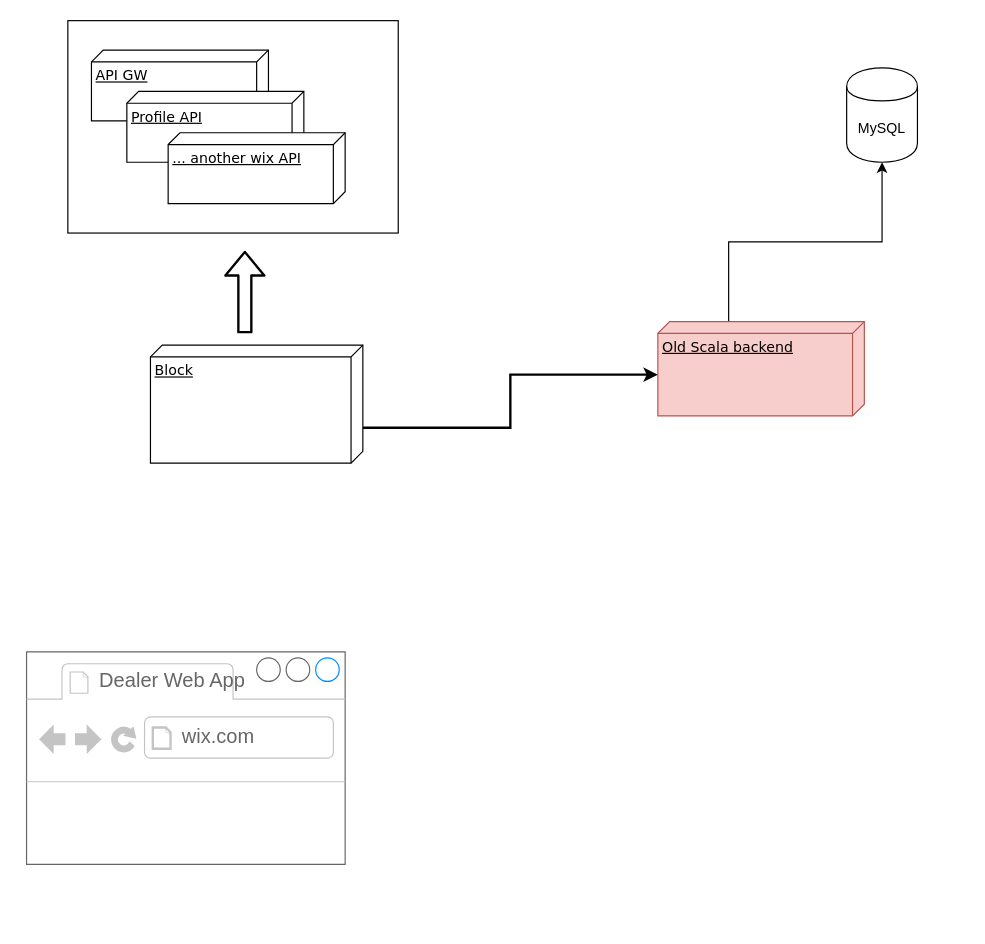
aristofun/__playgrnd keeps this draw.io diagram as page "Now" (1 of 2) of Untitled Diagram.drawio. Above is the earlier version. Source tidied: cells renumbered, new cells numbered last; positions are measured from the earlier drawing's top-left corner, leaving out a move shared by most shapes. Both pictures are drawn from the tidied source at 118%, with x=0, y=0 at pixel (26, 20).
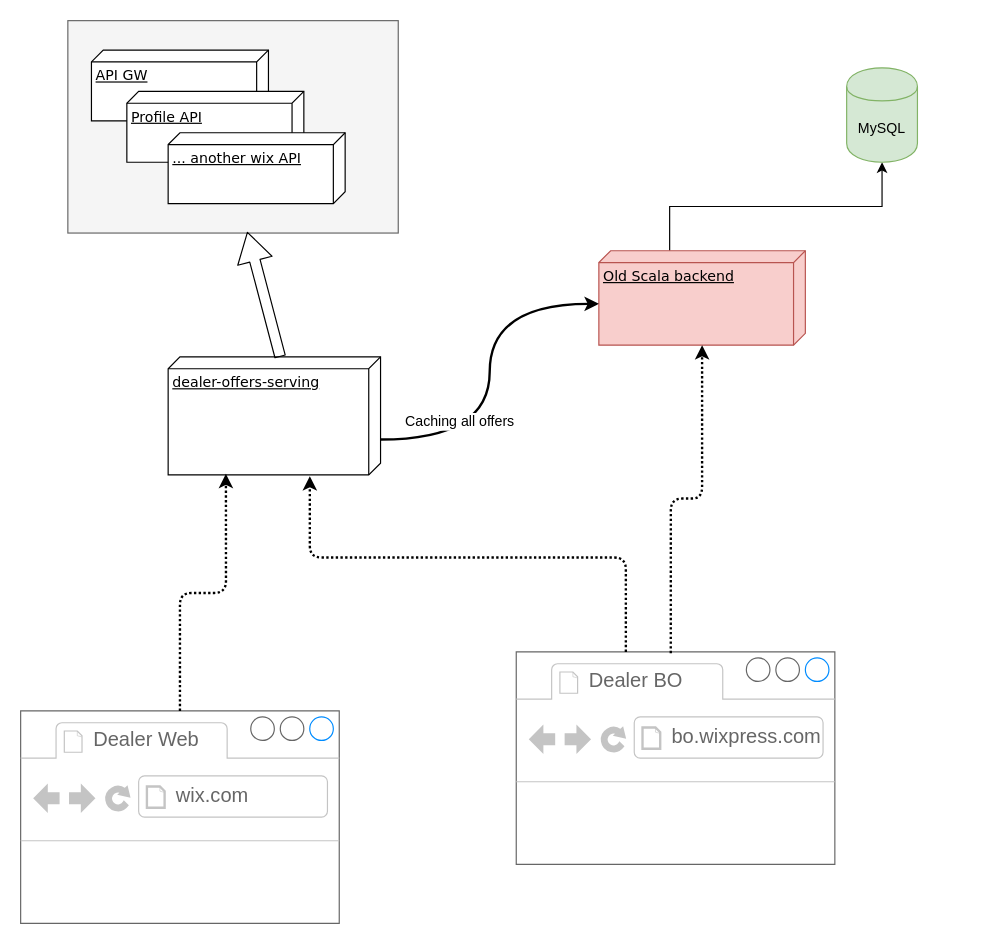
Above is the later version.

Change to the diagram source:
```diff
@@
-    <mxCell id="2" style="rounded=0;whiteSpace=wrap;html=1;" parent="1" vertex="1">
+    <mxCell id="2" style="rounded=0;whiteSpace=wrap;html=1;fillColor=#f5f5f5;strokeColor=#666666;fontColor=#333333;" parent="1" vertex="1">
       <mxGeometry x="35" width="280" height="180" as="geometry" />
     </mxCell>
@@
     <mxCell id="5" value="Old Scala backend" style="verticalAlign=top;align=left;spacingTop=8;spacingLeft=2;spacingRight=12;shape=cube;size=10;direction=south;fontStyle=4;html=1;rounded=0;shadow=0;comic=0;labelBackgroundColor=none;strokeWidth=1;fontFamily=Verdana;fontSize=12;fillColor=#f8cecc;strokeColor=#b85450;" parent="1" vertex="1">
-      <mxGeometry x="535" y="255" width="175" height="80" as="geometry" />
+      <mxGeometry x="485" y="195" width="175" height="80" as="geometry" />
     </mxCell>
-    <mxCell id="6" style="edgeStyle=orthogonalEdgeStyle;rounded=0;jettySize=auto;html=1;exitX=0;exitY=0;exitDx=70;exitDy=0;exitPerimeter=0;entryX=0;entryY=0;entryDx=45;entryDy=175;entryPerimeter=0;strokeWidth=2;" parent="1" edge="1" source="7" target="5">
+    <mxCell id="6" style="edgeStyle=orthogonalEdgeStyle;rounded=0;jettySize=auto;html=1;exitX=0;exitY=0;exitDx=70;exitDy=0;exitPerimeter=0;entryX=0;entryY=0;entryDx=45;entryDy=175;entryPerimeter=0;strokeWidth=2;curved=1;" parent="1" edge="1" source="7" target="5">
       <mxGeometry relative="1" as="geometry" />
     </mxCell>
+    <mxCell id="15" value="Caching all offers" style="text;html=1;align=center;verticalAlign=middle;labelBackgroundColor=#ffffff;" parent="6" vertex="1">
+      <mxGeometry x="-0.56" y="16" relative="1" as="geometry" />
+    </mxCell>
-    <mxCell id="7" value="Block" style="verticalAlign=top;align=left;spacingTop=8;spacingLeft=2;spacingRight=12;shape=cube;size=10;direction=south;fontStyle=4;html=1;rounded=0;shadow=0;comic=0;labelBackgroundColor=none;strokeWidth=1;fontFamily=Verdana;fontSize=12;" parent="1" vertex="1">
-      <mxGeometry x="105" y="275" width="180" height="100" as="geometry" />
+    <mxCell id="7" value="dealer-offers-serving" style="verticalAlign=top;align=left;spacingTop=8;spacingLeft=2;spacingRight=12;shape=cube;size=10;direction=south;fontStyle=4;html=1;rounded=0;shadow=0;comic=0;labelBackgroundColor=none;strokeWidth=1;fontFamily=Verdana;fontSize=12;" parent="1" vertex="1">
+      <mxGeometry x="120" y="285" width="180" height="100" as="geometry" />
     </mxCell>
-    <mxCell id="8" value="MySQL" style="shape=cylinder;whiteSpace=wrap;html=1;boundedLbl=1;backgroundOutline=1;" parent="1" vertex="1">
+    <mxCell id="8" value="MySQL" style="shape=cylinder;whiteSpace=wrap;html=1;boundedLbl=1;backgroundOutline=1;fillColor=#d5e8d4;strokeColor=#82b366;" parent="1" vertex="1">
       <mxGeometry x="695" y="40" width="60" height="80" as="geometry" />
     </mxCell>
@@
-    <mxCell id="11" style="shape=flexArrow;endArrow=classic;html=1;strokeWidth=2;" parent="1" edge="1">
-      <mxGeometry relative="1" as="geometry">
-        <mxPoint x="185" y="265" as="sourcePoint" />
-        <mxPoint x="185" y="195" as="targetPoint" />
-      </mxGeometry>
+    <mxCell id="11" style="shape=flexArrow;endArrow=classic;html=1;strokeWidth=1;width=9;endSize=7.96;exitX=0;exitY=0;exitDx=0;exitDy=85;exitPerimeter=0;entryX=0.543;entryY=0.994;entryDx=0;entryDy=0;entryPerimeter=0;" parent="1" edge="1" source="7" target="2">
+      <mxGeometry relative="1" as="geometry" />
     </mxCell>
     <mxCell id="12" style="strokeWidth=1;shadow=0;dashed=0;align=center;html=1;shape=mxgraph.mockup.containers.browserWindow;rSize=0;strokeColor=#666666;strokeColor2=#008cff;strokeColor3=#c4c4c4;mainText=,;" parent="1" vertex="1">
-      <mxGeometry y="535" width="270" height="180" as="geometry" />
+      <mxGeometry x="-5" y="585" width="270" height="180" as="geometry" />
     </mxCell>
-    <mxCell id="13" value="Dealer Web App" style="strokeWidth=1;shadow=0;dashed=0;align=center;html=1;shape=mxgraph.mockup.containers.anchor;fontSize=17;fontColor=#666666;align=left;" parent="12" vertex="1">
+    <mxCell id="13" value="Dealer Web" style="strokeWidth=1;shadow=0;dashed=0;align=center;html=1;shape=mxgraph.mockup.containers.anchor;fontSize=17;fontColor=#666666;align=left;" parent="12" vertex="1">
       <mxGeometry x="60" y="12" width="110" height="26" as="geometry" />
     </mxCell>
@@
+    <mxCell id="16" style="strokeWidth=1;shadow=0;dashed=0;align=center;html=1;shape=mxgraph.mockup.containers.browserWindow;rSize=0;strokeColor=#666666;strokeColor2=#008cff;strokeColor3=#c4c4c4;mainText=,;" parent="1" vertex="1">
+      <mxGeometry x="415" y="535" width="270" height="180" as="geometry" />
+    </mxCell>
+    <mxCell id="17" value="Dealer BO" style="strokeWidth=1;shadow=0;dashed=0;align=center;html=1;shape=mxgraph.mockup.containers.anchor;fontSize=17;fontColor=#666666;align=left;" parent="16" vertex="1">
+      <mxGeometry x="60" y="12" width="110" height="26" as="geometry" />
+    </mxCell>
+    <mxCell id="18" value="bo.wixpress.com" style="strokeWidth=1;shadow=0;dashed=0;align=center;html=1;shape=mxgraph.mockup.containers.anchor;rSize=0;fontSize=17;fontColor=#666666;align=left;" parent="16" vertex="1">
+      <mxGeometry x="130" y="60" width="250" height="26" as="geometry" />
+    </mxCell>
+    <mxCell id="19" style="endArrow=classic;html=1;strokeWidth=2;exitX=0.485;exitY=0.006;exitDx=0;exitDy=0;exitPerimeter=0;edgeStyle=orthogonalEdgeStyle;dashed=1;dashPattern=1 1;" parent="1" edge="1" source="16" target="5">
+      <mxGeometry relative="1" as="geometry" />
+    </mxCell>
+    <mxCell id="20" style="endArrow=classic;html=1;strokeWidth=2;entryX=1.01;entryY=0.333;entryDx=0;entryDy=0;entryPerimeter=0;exitX=0.344;exitY=0;exitDx=0;exitDy=0;exitPerimeter=0;edgeStyle=elbowEdgeStyle;elbow=vertical;dashed=1;dashPattern=1 1;" parent="1" edge="1" source="16" target="7">
+      <mxGeometry relative="1" as="geometry">
+        <Array as="points">
+          <mxPoint x="435" y="455" />
+          <mxPoint x="225" y="405" />
+        </Array>
+      </mxGeometry>
+    </mxCell>
+    <mxCell id="21" style="endArrow=classic;html=1;strokeWidth=2;entryX=0.99;entryY=0.728;entryDx=0;entryDy=0;entryPerimeter=0;dashed=1;dashPattern=1 1;edgeStyle=orthogonalEdgeStyle;" parent="1" edge="1" source="12" target="7">
+      <mxGeometry relative="1" as="geometry" />
+    </mxCell>
```
